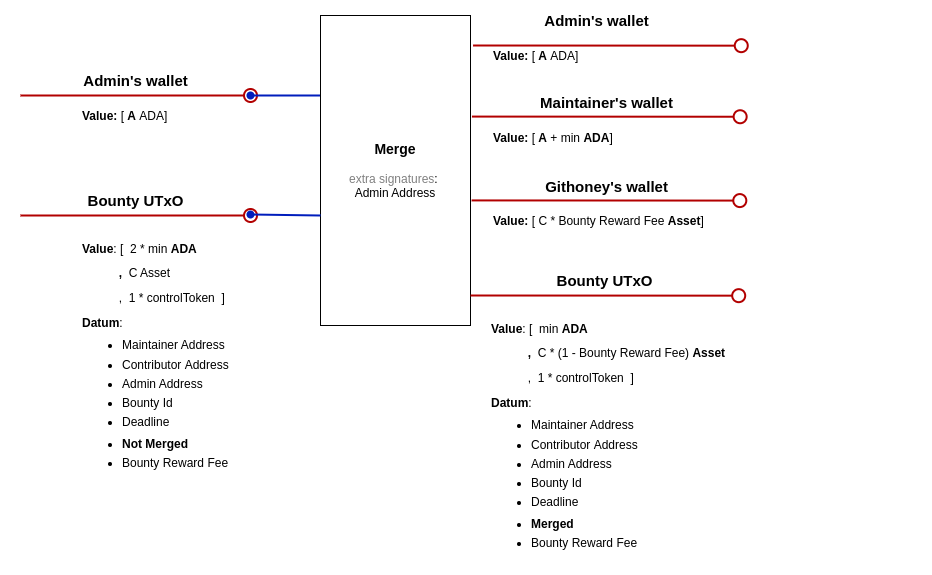
The draw.io diagram docs/img/merge.png in githoney-io/githoney-smart-contract, before a commit. Source tidied: cells renumbered, new cells last; positions are measured from the earlier drawing's top-left corner, leaving out a move shared by most shapes.
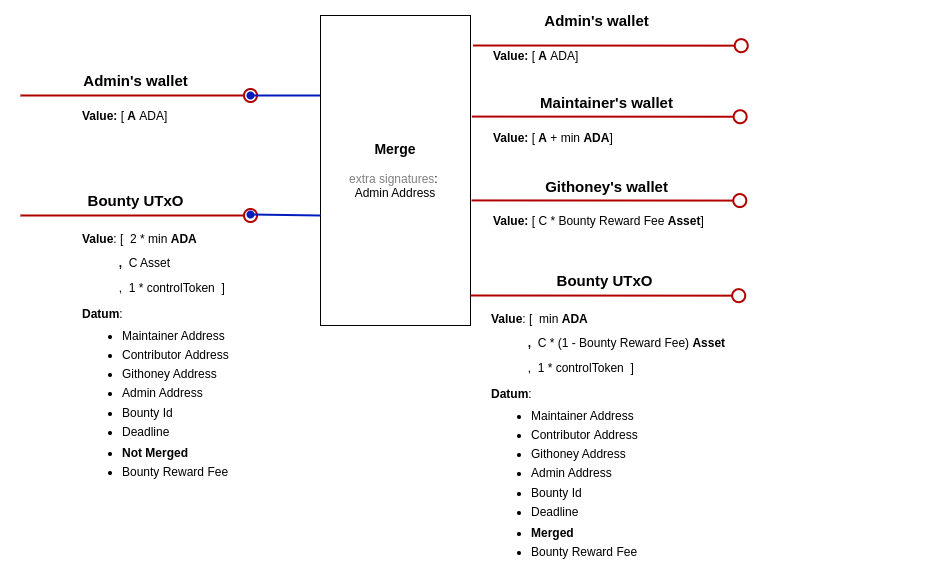
The same diagram one commit later.

Commit message:
Adding githoney address to datum

What changed in the source:
```diff
@@ -47,10 +47,10 @@
     <mxCell id="11" value="&lt;font style=&quot;font-size: 15px;&quot;&gt;&lt;b&gt;Bounty UTxO&lt;/b&gt;&lt;/font&gt;" style="text;html=1;align=center;verticalAlign=middle;strokeColor=none;fillColor=none;" parent="1" vertex="1">
       <mxGeometry x="55" y="180" width="120" height="30" as="geometry" />
     </mxCell>
-    <mxCell id="12" value="&lt;p style=&quot;line-height: 100%;&quot;&gt;&lt;b&gt;Value&lt;/b&gt;: [&amp;nbsp; 2 * min&lt;b&gt;&amp;nbsp;ADA&lt;/b&gt;&lt;/p&gt;&lt;p style=&quot;line-height: 100%;&quot;&gt;&lt;b&gt;&lt;span style=&quot;white-space: pre;&quot;&gt;&#9;&lt;/span&gt;&amp;nbsp; &amp;nbsp;,&amp;nbsp; &lt;/b&gt;C Asset&lt;br&gt;&lt;/p&gt;&lt;span style=&quot;background-color: initial;&quot;&gt;&amp;nbsp; &amp;nbsp; &amp;nbsp; &amp;nbsp; &amp;nbsp; &amp;nbsp;,&amp;nbsp; 1 * controlToken&lt;/span&gt;&lt;b style=&quot;background-color: initial;&quot;&gt;&amp;nbsp;&amp;nbsp;&lt;/b&gt;&lt;span style=&quot;background-color: initial;&quot;&gt;]&amp;nbsp;&lt;/span&gt;&lt;div&gt;&lt;div&gt;&lt;p style=&quot;line-height: 100%;&quot;&gt;&lt;b&gt;Datum&lt;/b&gt;:&lt;/p&gt;&lt;ul style=&quot;line-height: 80%;&quot;&gt;&lt;li&gt;Maintainer Address&lt;br&gt;&lt;br&gt;&lt;/li&gt;&lt;li&gt;Contributor&amp;nbsp;Address&lt;br&gt;&lt;br&gt;&lt;/li&gt;&lt;li&gt;Admin Address&amp;nbsp; &amp;nbsp; &amp;nbsp; &amp;nbsp; &amp;nbsp; &amp;nbsp;&lt;br&gt;&amp;nbsp; &amp;nbsp; &amp;nbsp;&lt;/li&gt;&lt;li&gt;Bounty Id&lt;br&gt;&lt;br&gt;&lt;/li&gt;&lt;li&gt;Deadline&lt;/li&gt;&lt;/ul&gt;&lt;ul style=&quot;line-height: 80%;&quot;&gt;&lt;li&gt;&lt;b&gt;Not Merged&lt;br&gt;&lt;/b&gt;&lt;br&gt;&lt;/li&gt;&lt;li&gt;Bounty Reward Fee&lt;br&gt;&lt;br&gt;&lt;/li&gt;&lt;/ul&gt;&lt;p&gt;&lt;/p&gt;&lt;/div&gt;&lt;/div&gt;" style="text;html=1;strokeColor=none;fillColor=none;align=left;verticalAlign=middle;whiteSpace=wrap;rounded=0;" parent="1" vertex="1">
+    <mxCell id="12" value="&lt;p style=&quot;line-height: 100%;&quot;&gt;&lt;b&gt;Value&lt;/b&gt;: [&amp;nbsp; 2 * min&lt;b&gt;&amp;nbsp;ADA&lt;/b&gt;&lt;/p&gt;&lt;p style=&quot;line-height: 100%;&quot;&gt;&lt;b&gt;&lt;span style=&quot;white-space: pre;&quot;&gt;&#9;&lt;/span&gt;&amp;nbsp; &amp;nbsp;,&amp;nbsp; &lt;/b&gt;C Asset&lt;br&gt;&lt;/p&gt;&lt;span style=&quot;background-color: initial;&quot;&gt;&amp;nbsp; &amp;nbsp; &amp;nbsp; &amp;nbsp; &amp;nbsp; &amp;nbsp;,&amp;nbsp; 1 * controlToken&lt;/span&gt;&lt;b style=&quot;background-color: initial;&quot;&gt;&amp;nbsp;&amp;nbsp;&lt;/b&gt;&lt;span style=&quot;background-color: initial;&quot;&gt;]&amp;nbsp;&lt;/span&gt;&lt;div&gt;&lt;div&gt;&lt;p style=&quot;line-height: 100%;&quot;&gt;&lt;b&gt;Datum&lt;/b&gt;:&lt;/p&gt;&lt;ul style=&quot;line-height: 80%;&quot;&gt;&lt;li&gt;Maintainer Address&lt;br&gt;&lt;br&gt;&lt;/li&gt;&lt;li&gt;Contributor&amp;nbsp;Address&lt;br&gt;&lt;br&gt;&lt;/li&gt;&lt;li&gt;Githoney Address&lt;br&gt;&lt;br&gt;&lt;/li&gt;&lt;li&gt;Admin Address&amp;nbsp; &amp;nbsp; &amp;nbsp; &amp;nbsp; &amp;nbsp; &amp;nbsp;&lt;br&gt;&amp;nbsp; &amp;nbsp; &amp;nbsp;&lt;/li&gt;&lt;li&gt;Bounty Id&lt;br&gt;&lt;br&gt;&lt;/li&gt;&lt;li&gt;Deadline&lt;/li&gt;&lt;/ul&gt;&lt;ul style=&quot;line-height: 80%;&quot;&gt;&lt;li&gt;&lt;b&gt;Not Merged&lt;br&gt;&lt;/b&gt;&lt;br&gt;&lt;/li&gt;&lt;li&gt;Bounty Reward Fee&lt;br&gt;&lt;br&gt;&lt;/li&gt;&lt;/ul&gt;&lt;p&gt;&lt;/p&gt;&lt;/div&gt;&lt;/div&gt;" style="text;html=1;strokeColor=none;fillColor=none;align=left;verticalAlign=middle;whiteSpace=wrap;rounded=0;" parent="1" vertex="1">
       <mxGeometry x="60" y="230" width="437.4" height="250" as="geometry" />
     </mxCell>
-    <mxCell id="13" value="&lt;p style=&quot;line-height: 100%;&quot;&gt;&lt;b&gt;Value&lt;/b&gt;: [&amp;nbsp; min&lt;b&gt;&amp;nbsp;ADA&lt;/b&gt;&lt;/p&gt;&lt;p style=&quot;line-height: 100%;&quot;&gt;&lt;b&gt;&lt;span style=&quot;white-space: pre;&quot;&gt;&#9;&lt;/span&gt;&amp;nbsp; &amp;nbsp;,&amp;nbsp;&amp;nbsp;&lt;/b&gt;&lt;span style=&quot;background-color: initial;&quot;&gt;C * (1 - Bounty Reward Fee)&lt;/span&gt;&lt;span style=&quot;background-color: initial;&quot;&gt;&amp;nbsp;&lt;/span&gt;&lt;b style=&quot;background-color: initial;&quot;&gt;Asset&lt;/b&gt;&lt;br&gt;&lt;/p&gt;&lt;span style=&quot;background-color: initial;&quot;&gt;&amp;nbsp; &amp;nbsp; &amp;nbsp; &amp;nbsp; &amp;nbsp; &amp;nbsp;,&amp;nbsp; 1 * controlToken&lt;/span&gt;&lt;b style=&quot;background-color: initial;&quot;&gt;&amp;nbsp;&amp;nbsp;&lt;/b&gt;&lt;span style=&quot;background-color: initial;&quot;&gt;]&amp;nbsp;&lt;/span&gt;&lt;div&gt;&lt;div&gt;&lt;p style=&quot;line-height: 100%;&quot;&gt;&lt;b&gt;Datum&lt;/b&gt;:&lt;/p&gt;&lt;ul style=&quot;line-height: 80%;&quot;&gt;&lt;li&gt;Maintainer Address&lt;br&gt;&lt;b&gt;&lt;br&gt;&lt;/b&gt;&lt;/li&gt;&lt;li&gt;Contributor&amp;nbsp;Address&lt;/li&gt;&lt;br&gt;&lt;li&gt;Admin Address&amp;nbsp; &amp;nbsp; &amp;nbsp; &amp;nbsp; &amp;nbsp; &amp;nbsp;&lt;br&gt;&amp;nbsp; &amp;nbsp; &amp;nbsp;&lt;/li&gt;&lt;li&gt;Bounty Id&lt;br&gt;&lt;br&gt;&lt;/li&gt;&lt;li&gt;Deadline&lt;/li&gt;&lt;/ul&gt;&lt;ul style=&quot;line-height: 80%;&quot;&gt;&lt;li&gt;&lt;b&gt;Merged&lt;br&gt;&lt;/b&gt;&lt;br&gt;&lt;/li&gt;&lt;li&gt;Bounty Reward Fee&lt;br&gt;&lt;br&gt;&lt;/li&gt;&lt;/ul&gt;&lt;p&gt;&lt;/p&gt;&lt;/div&gt;&lt;/div&gt;" style="text;html=1;strokeColor=none;fillColor=none;align=left;verticalAlign=middle;whiteSpace=wrap;rounded=0;" parent="1" vertex="1">
+    <mxCell id="13" value="&lt;p style=&quot;line-height: 100%;&quot;&gt;&lt;b&gt;Value&lt;/b&gt;: [&amp;nbsp; min&lt;b&gt;&amp;nbsp;ADA&lt;/b&gt;&lt;/p&gt;&lt;p style=&quot;line-height: 100%;&quot;&gt;&lt;b&gt;&lt;span style=&quot;white-space: pre;&quot;&gt;&#9;&lt;/span&gt;&amp;nbsp; &amp;nbsp;,&amp;nbsp;&amp;nbsp;&lt;/b&gt;&lt;span style=&quot;background-color: initial;&quot;&gt;C * (1 - Bounty Reward Fee)&lt;/span&gt;&lt;span style=&quot;background-color: initial;&quot;&gt;&amp;nbsp;&lt;/span&gt;&lt;b style=&quot;background-color: initial;&quot;&gt;Asset&lt;/b&gt;&lt;br&gt;&lt;/p&gt;&lt;span style=&quot;background-color: initial;&quot;&gt;&amp;nbsp; &amp;nbsp; &amp;nbsp; &amp;nbsp; &amp;nbsp; &amp;nbsp;,&amp;nbsp; 1 * controlToken&lt;/span&gt;&lt;b style=&quot;background-color: initial;&quot;&gt;&amp;nbsp;&amp;nbsp;&lt;/b&gt;&lt;span style=&quot;background-color: initial;&quot;&gt;]&amp;nbsp;&lt;/span&gt;&lt;div&gt;&lt;div&gt;&lt;p style=&quot;line-height: 100%;&quot;&gt;&lt;b&gt;Datum&lt;/b&gt;:&lt;/p&gt;&lt;ul style=&quot;line-height: 80%;&quot;&gt;&lt;li&gt;Maintainer Address&lt;br&gt;&lt;b&gt;&lt;br&gt;&lt;/b&gt;&lt;/li&gt;&lt;li&gt;Contributor&amp;nbsp;Address&lt;br&gt;&lt;br&gt;&lt;/li&gt;&lt;li&gt;Githoney Address&lt;br&gt;&lt;/li&gt;&lt;br&gt;&lt;li&gt;Admin Address&amp;nbsp; &amp;nbsp; &amp;nbsp; &amp;nbsp; &amp;nbsp; &amp;nbsp;&lt;br&gt;&amp;nbsp; &amp;nbsp; &amp;nbsp;&lt;/li&gt;&lt;li&gt;Bounty Id&lt;br&gt;&lt;br&gt;&lt;/li&gt;&lt;li&gt;Deadline&lt;/li&gt;&lt;/ul&gt;&lt;ul style=&quot;line-height: 80%;&quot;&gt;&lt;li&gt;&lt;b&gt;Merged&lt;br&gt;&lt;/b&gt;&lt;br&gt;&lt;/li&gt;&lt;li&gt;Bounty Reward Fee&lt;br&gt;&lt;br&gt;&lt;/li&gt;&lt;/ul&gt;&lt;p&gt;&lt;/p&gt;&lt;/div&gt;&lt;/div&gt;" style="text;html=1;strokeColor=none;fillColor=none;align=left;verticalAlign=middle;whiteSpace=wrap;rounded=0;" parent="1" vertex="1">
       <mxGeometry x="468.9" y="310" width="437.4" height="250" as="geometry" />
     </mxCell>
     <mxCell id="14" value="&lt;b&gt;Value: &lt;/b&gt;[&lt;b&gt;&amp;nbsp;A&lt;/b&gt;&amp;nbsp;+ min &lt;b&gt;ADA&lt;/b&gt;]" style="text;html=1;strokeColor=none;fillColor=none;align=left;verticalAlign=middle;whiteSpace=wrap;rounded=0;" parent="1" vertex="1">
```
